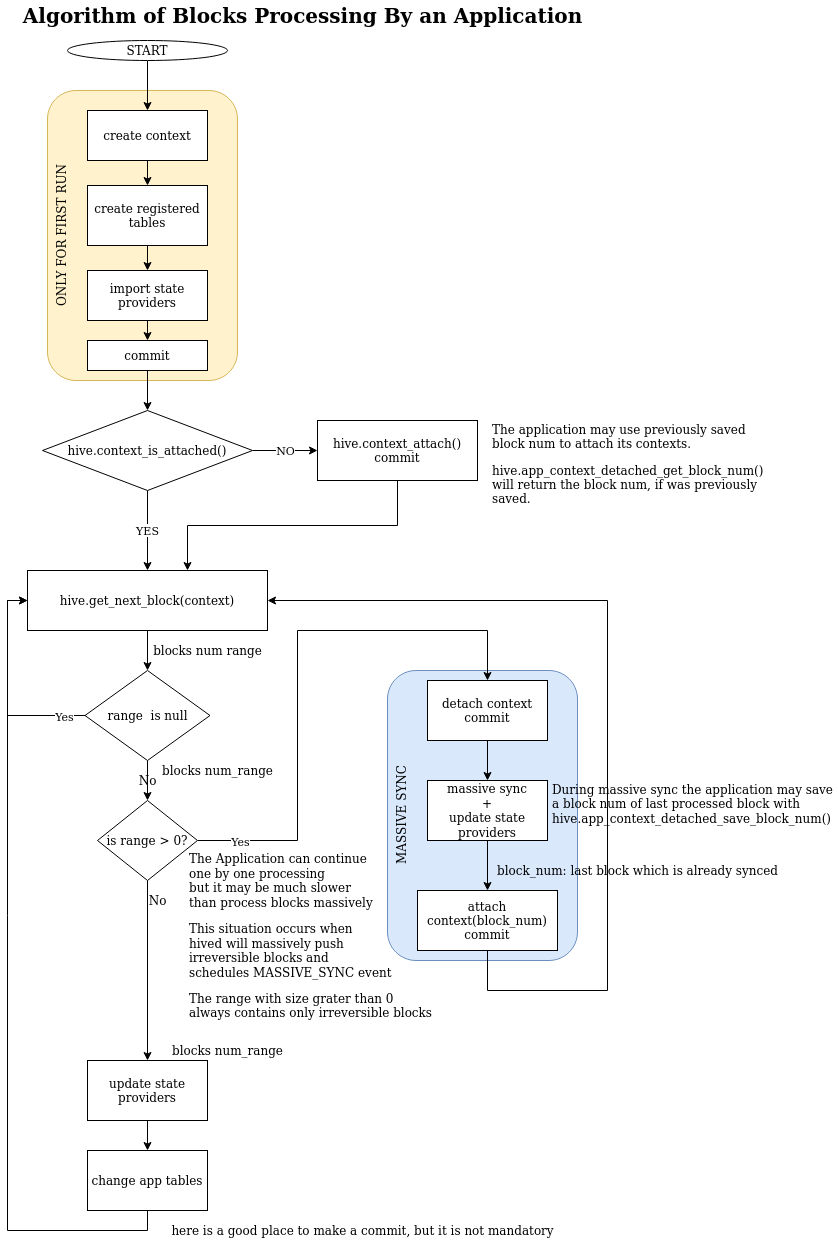
Before: src/hive_fork_manager/doc/evq_app_process_block.png, a diagram exported from draw.io (openhive-network/HAfAH). Source tidied: cells renumbered, new cells last; positions are measured from the earlier drawing's top-left corner, leaving out a move shared by most shapes.
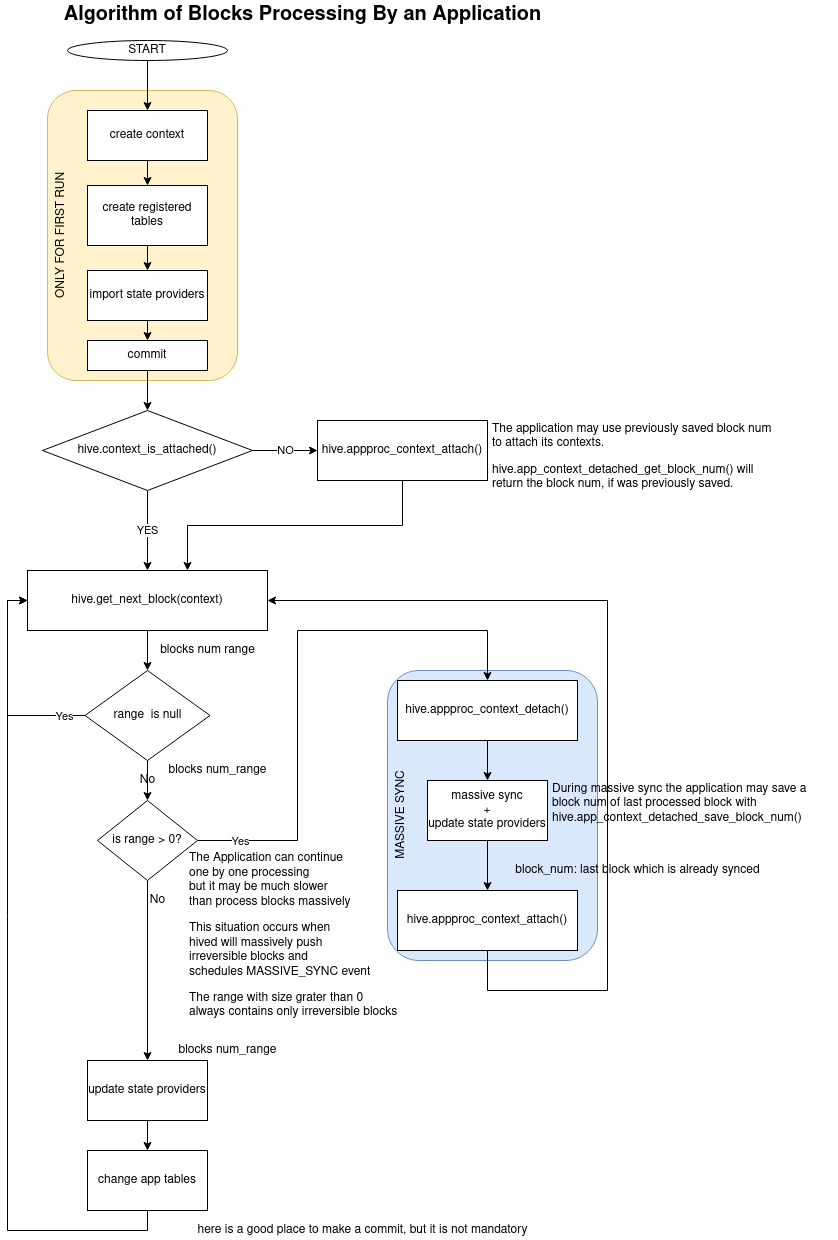
Later version of the same file.

Commit message:
issue #153: stored procedures for contexts attach and detach

Diff of the diagram source:
```diff
@@ -3,7 +3,7 @@
     <mxCell id="0" />
     <mxCell id="1" parent="0" />
     <mxCell id="2" value="MASSIVE SYNC" style="rounded=1;html=1;fontSize=12;align=center;fillColor=#dae8fc;strokeColor=#6c8ebf;horizontal=0;verticalAlign=top;" parent="1" vertex="1">
-      <mxGeometry x="380" y="670" width="190" height="290" as="geometry" />
+      <mxGeometry x="380" y="670" width="210" height="290" as="geometry" />
     </mxCell>
     <mxCell id="3" value="ONLY FOR FIRST RUN" style="rounded=1;whiteSpace=wrap;html=1;fillColor=#fff2cc;strokeColor=#d6b656;verticalAlign=top;horizontal=0;" parent="1" vertex="1">
       <mxGeometry x="40" y="90" width="190" height="290" as="geometry" />
@@ -29,8 +29,8 @@
     <mxCell id="10" style="edgeStyle=orthogonalEdgeStyle;rounded=0;jettySize=auto;html=1;exitX=0.5;exitY=1;exitDx=0;exitDy=0;entryX=0.5;entryY=0;entryDx=0;entryDy=0;" parent="1" edge="1" source="11" target="13">
       <mxGeometry relative="1" as="geometry" />
     </mxCell>
-    <mxCell id="11" value="&lt;div&gt;detach context&lt;/div&gt;&lt;div&gt;commit&lt;br&gt;&lt;/div&gt;" style="rounded=0;whiteSpace=wrap;html=1;" parent="1" vertex="1">
-      <mxGeometry x="420" y="680" width="120" height="60" as="geometry" />
+    <mxCell id="11" value="&lt;div&gt;hive.appproc_context_detach()&lt;/div&gt;" style="rounded=0;whiteSpace=wrap;html=1;" parent="1" vertex="1">
+      <mxGeometry x="390" y="680" width="180" height="60" as="geometry" />
     </mxCell>
     <mxCell id="12" style="edgeStyle=orthogonalEdgeStyle;rounded=0;jettySize=auto;html=1;exitX=0.5;exitY=1;exitDx=0;exitDy=0;entryX=0.5;entryY=0;entryDx=0;entryDy=0;" parent="1" edge="1" source="13" target="15">
       <mxGeometry relative="1" as="geometry" />
@@ -47,8 +47,8 @@
         </Array>
       </mxGeometry>
     </mxCell>
-    <mxCell id="15" value="&lt;div&gt;attach context(block_num)&lt;/div&gt;&lt;div&gt;commit&lt;br&gt;&lt;/div&gt;" style="rounded=0;whiteSpace=wrap;html=1;" parent="1" vertex="1">
-      <mxGeometry x="410" y="890" width="140" height="60" as="geometry" />
+    <mxCell id="15" value="&lt;div&gt;hive.appproc_context_attach()&lt;/div&gt;" style="rounded=0;whiteSpace=wrap;html=1;" parent="1" vertex="1">
+      <mxGeometry x="390" y="890" width="180" height="60" as="geometry" />
     </mxCell>
     <mxCell id="16" value="block_num: last block which is already synced" style="text;html=1;align=center;verticalAlign=middle;strokeColor=none;" parent="1" vertex="1">
       <mxGeometry x="480" y="860" width="300" height="20" as="geometry" />
@@ -154,8 +154,8 @@
         </Array>
       </mxGeometry>
     </mxCell>
-    <mxCell id="43" value="&lt;div&gt;hive.context_attach()&lt;/div&gt;commit" style="rounded=0;whiteSpace=wrap;html=1;" parent="1" vertex="1">
-      <mxGeometry x="310" y="420" width="160" height="60" as="geometry" />
+    <mxCell id="43" value="&lt;div&gt;hive.appproc_context_attach()&lt;/div&gt;" style="rounded=0;whiteSpace=wrap;html=1;" parent="1" vertex="1">
+      <mxGeometry x="310" y="420" width="170" height="60" as="geometry" />
     </mxCell>
     <mxCell id="44" value="&lt;p&gt;The application may use previously saved block num to attach its contexts.&lt;/p&gt;&lt;p&gt;hive.app_context_detached_get_block_num() will return the block num, if was previously saved.&lt;br&gt;&lt;/p&gt;" style="text;html=1;strokeColor=none;fillColor=none;spacing=5;spacingTop=-20;whiteSpace=wrap;overflow=hidden;rounded=0;" parent="1" vertex="1">
       <mxGeometry x="480" y="420" width="290" height="90" as="geometry" />
```
